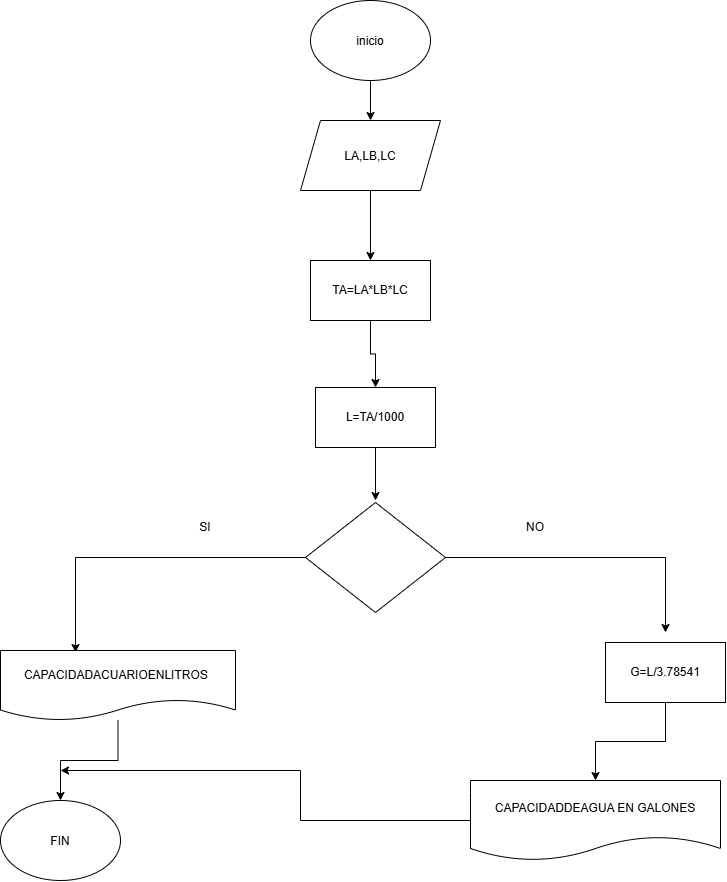
This is imagenes/diagrama1.png from ivans019/ivan_santana_unidad2, a draw.io export, as it was before one commit. Source tidied: cells renumbered, new cells last; positions are measured from the earlier drawing's top-left corner, leaving out a move shared by most shapes.
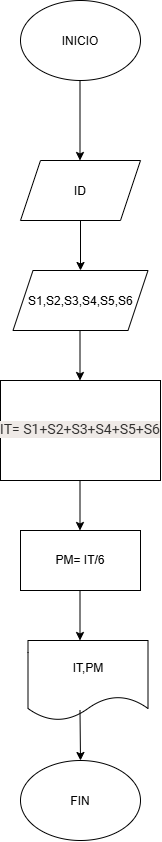
Above is the later version.

Diff of the diagram source:
```diff
@@ -2,78 +2,58 @@
   <root>
     <mxCell id="0" />
     <mxCell id="1" parent="0" />
-    <mxCell id="2" style="edgeStyle=orthogonalEdgeStyle;rounded=0;jettySize=auto;html=1;entryX=0.5;entryY=0;entryDx=0;entryDy=0;" parent="1" edge="1" source="3" target="5">
-      <mxGeometry relative="1" as="geometry" />
-    </mxCell>
-    <mxCell id="3" value="inicio" style="ellipse;whiteSpace=wrap;html=1;shapeInside=1;" parent="1" vertex="1">
-      <mxGeometry x="310" width="120" height="80" as="geometry" />
-    </mxCell>
-    <mxCell id="4" style="edgeStyle=orthogonalEdgeStyle;rounded=0;jettySize=auto;html=1;entryX=0.5;entryY=0;entryDx=0;entryDy=0;" parent="1" edge="1" source="5" target="7">
-      <mxGeometry relative="1" as="geometry" />
-    </mxCell>
-    <mxCell id="5" value="LA,LB,LC" style="shape=parallelogram;perimeter=parallelogramPerimeter;whiteSpace=wrap;html=1;shapeInside=1;fixedSize=1;" parent="1" vertex="1">
-      <mxGeometry x="300" y="120" width="140" height="70" as="geometry" />
-    </mxCell>
-    <mxCell id="6" style="edgeStyle=orthogonalEdgeStyle;rounded=0;jettySize=auto;html=1;entryX=0.5;entryY=0;entryDx=0;entryDy=0;" parent="1" edge="1" source="7" target="16">
-      <mxGeometry relative="1" as="geometry" />
-    </mxCell>
-    <mxCell id="7" value="TA=LA*LB*LC" style="rounded=0;whiteSpace=wrap;html=1;" parent="1" vertex="1">
-      <mxGeometry x="310" y="260" width="120" height="60" as="geometry" />
-    </mxCell>
-    <mxCell id="8" style="edgeStyle=orthogonalEdgeStyle;rounded=0;jettySize=auto;html=1;" parent="1" edge="1" source="10">
-      <mxGeometry relative="1" as="geometry">
-        <mxPoint x="75" y="652" as="targetPoint" />
-      </mxGeometry>
-    </mxCell>
-    <mxCell id="9" style="edgeStyle=orthogonalEdgeStyle;rounded=0;jettySize=auto;html=1;" parent="1" edge="1" source="10">
-      <mxGeometry relative="1" as="geometry">
-        <mxPoint x="665" y="632" as="targetPoint" />
-      </mxGeometry>
-    </mxCell>
-    <mxCell id="10" value="&lt;div&gt;&lt;br&gt;&lt;/div&gt;" style="rhombus;whiteSpace=wrap;html=1;shapeInside=1;" parent="1" vertex="1">
-      <mxGeometry x="305" y="502" width="140" height="110" as="geometry" />
-    </mxCell>
-    <mxCell id="11" style="edgeStyle=orthogonalEdgeStyle;rounded=0;jettySize=auto;html=1;entryX=0.5;entryY=0;entryDx=0;entryDy=0;" parent="1" edge="1" source="12" target="21">
-      <mxGeometry relative="1" as="geometry" />
-    </mxCell>
-    <mxCell id="12" value="G=L/3.78541" style="rounded=0;whiteSpace=wrap;html=1;" parent="1" vertex="1">
-      <mxGeometry x="605" y="642" width="120" height="60" as="geometry" />
-    </mxCell>
-    <mxCell id="13" value="SI" style="text;html=1;whiteSpace=wrap;strokeColor=none;fillColor=none;align=center;verticalAlign=middle;rounded=0;" parent="1" vertex="1">
-      <mxGeometry x="175" y="512" width="60" height="30" as="geometry" />
-    </mxCell>
-    <mxCell id="14" value="NO" style="text;html=1;whiteSpace=wrap;strokeColor=none;fillColor=none;align=center;verticalAlign=middle;rounded=0;" parent="1" vertex="1">
-      <mxGeometry x="505" y="512" width="60" height="30" as="geometry" />
-    </mxCell>
-    <mxCell id="15" style="edgeStyle=orthogonalEdgeStyle;rounded=0;jettySize=auto;html=1;" parent="1" edge="1" source="16">
-      <mxGeometry relative="1" as="geometry">
-        <mxPoint x="375" y="500" as="targetPoint" />
-      </mxGeometry>
-    </mxCell>
-    <mxCell id="16" value="L=TA/1000" style="rounded=0;whiteSpace=wrap;html=1;" parent="1" vertex="1">
-      <mxGeometry x="315" y="387" width="120" height="60" as="geometry" />
-    </mxCell>
-    <mxCell id="17" style="edgeStyle=orthogonalEdgeStyle;rounded=0;jettySize=auto;html=1;entryX=0.5;entryY=0;entryDx=0;entryDy=0;" parent="1" edge="1" source="18" target="19">
-      <mxGeometry relative="1" as="geometry" />
-    </mxCell>
-    <mxCell id="18" value="CAPACIDADACUARIOENLITROS&amp;nbsp;" style="shape=document;whiteSpace=wrap;html=1;boundedLbl=1;" parent="1" vertex="1">
-      <mxGeometry y="650" width="235" height="70" as="geometry" />
-    </mxCell>
+    <mxCell id="22" value="INICIO&lt;div&gt;&lt;br/&gt;&lt;/div&gt;" style="ellipse;whiteSpace=wrap;html=1;shapeInside=1;" parent="1" vertex="1">
+      <mxGeometry y="40" width="120" height="80" as="geometry" />
+    </mxCell>
+    <mxCell id="23" style="endArrow=classic;html=1;rounded=0;" parent="1" edge="1">
+      <mxGeometry relative="1" as="geometry">
+        <mxPoint x="59.5" y="120" as="sourcePoint" />
+        <mxPoint x="59.5" y="200" as="targetPoint" />
+      </mxGeometry>
+    </mxCell>
+    <mxCell id="24" value="ID" style="shape=parallelogram;perimeter=parallelogramPerimeter;whiteSpace=wrap;html=1;shapeInside=1;fixedSize=1;" parent="1" vertex="1">
+      <mxGeometry y="200" width="120" height="60" as="geometry" />
+    </mxCell>
+    <mxCell id="25" value="S1,S2,S3,S4,S5,S6" style="shape=parallelogram;perimeter=parallelogramPerimeter;whiteSpace=wrap;html=1;shapeInside=1;fixedSize=1;" parent="1" vertex="1">
+      <mxGeometry x="-7.5" y="310" width="135" height="60" as="geometry" />
+    </mxCell>
+    <mxCell id="26" style="endArrow=classic;html=1;rounded=0;exitX=0.5;exitY=1;exitDx=0;exitDy=0;entryX=0.5;entryY=0;entryDx=0;entryDy=0;" parent="1" edge="1" source="24" target="25">
+      <mxGeometry relative="1" as="geometry" />
+    </mxCell>
+    <mxCell id="27" style="endArrow=classic;html=1;rounded=0;exitX=0.5;exitY=1;exitDx=0;exitDy=0;entryX=0.5;entryY=0;entryDx=0;entryDy=0;" parent="1" edge="1">
+      <mxGeometry relative="1" as="geometry">
+        <mxPoint x="59.5" y="370" as="sourcePoint" />
+        <mxPoint x="59.5" y="420" as="targetPoint" />
+      </mxGeometry>
+    </mxCell>
+    <mxCell id="28" value="&lt;span style=&quot;color: rgba(0, 0, 0, 0.8); font-family: Roboto, Helvetica, sans-serif; font-size: 14px; white-space: nowrap; background-color: rgb(239, 234, 231);&quot;&gt;IT= S1+S2+S3+S4+S5+S6&lt;/span&gt;" style="rounded=0;whiteSpace=wrap;html=1;" parent="1" vertex="1">
+      <mxGeometry x="-20" y="420" width="160" height="100" as="geometry" />
+    </mxCell>
+    <mxCell id="29" style="endArrow=classic;html=1;rounded=0;exitX=0.5;exitY=1;exitDx=0;exitDy=0;entryX=0.5;entryY=0;entryDx=0;entryDy=0;" parent="1" edge="1">
+      <mxGeometry relative="1" as="geometry">
+        <mxPoint x="59.5" y="520" as="sourcePoint" />
+        <mxPoint x="59.5" y="570" as="targetPoint" />
+      </mxGeometry>
+    </mxCell>
+    <mxCell id="30" value="PM= IT/6" style="rounded=0;whiteSpace=wrap;html=1;" parent="1" vertex="1">
+      <mxGeometry y="570" width="120" height="60" as="geometry" />
+    </mxCell>
+    <mxCell id="31" style="endArrow=classic;html=1;rounded=0;exitX=0.5;exitY=1;exitDx=0;exitDy=0;entryX=0.5;entryY=0;entryDx=0;entryDy=0;" parent="1" edge="1">
+      <mxGeometry relative="1" as="geometry">
+        <mxPoint x="59.5" y="630" as="sourcePoint" />
+        <mxPoint x="59.5" y="680" as="targetPoint" />
+      </mxGeometry>
+    </mxCell>
+    <mxCell id="32" value="IT,PM" style="shape=document;whiteSpace=wrap;html=1;boundedLbl=1;" parent="1" vertex="1">
+      <mxGeometry x="7.5" y="680" width="120" height="80" as="geometry" />
+    </mxCell>
-    <mxCell id="19" value="FIN" style="ellipse;whiteSpace=wrap;html=1;shapeInside=1;" parent="1" vertex="1">
+    <mxCell id="19" value="FIN&lt;div&gt;&lt;br/&gt;&lt;/div&gt;" style="ellipse;whiteSpace=wrap;html=1;shapeInside=1;" parent="1" vertex="1">
       <mxGeometry y="800" width="120" height="80" as="geometry" />
     </mxCell>
-    <mxCell id="20" style="edgeStyle=orthogonalEdgeStyle;rounded=0;orthogonalLoop=1;jettySize=auto;html=1;" parent="1" edge="1">
-      <mxGeometry relative="1" as="geometry">
-        <mxPoint x="540" y="820" as="sourcePoint" />
-        <mxPoint x="60" y="770" as="targetPoint" />
-        <Array as="points">
-          <mxPoint x="300" y="820" />
-          <mxPoint x="300" y="770" />
-        </Array>
-      </mxGeometry>
-    </mxCell>
-    <mxCell id="21" value="CAPACIDADDEAGUA EN GALONES" style="shape=document;whiteSpace=wrap;html=1;boundedLbl=1;" parent="1" vertex="1">
-      <mxGeometry x="470" y="780" width="250" height="80" as="geometry" />
-    </mxCell>
+    <mxCell id="33" style="endArrow=classic;html=1;rounded=0;entryX=0.5;entryY=0;entryDx=0;entryDy=0;" parent="1" edge="1" target="19">
+      <mxGeometry relative="1" as="geometry">
+        <mxPoint x="59.5" y="750" as="sourcePoint" />
+      </mxGeometry>
+    </mxCell>
   </root>
 </mxGraphModel>
```
